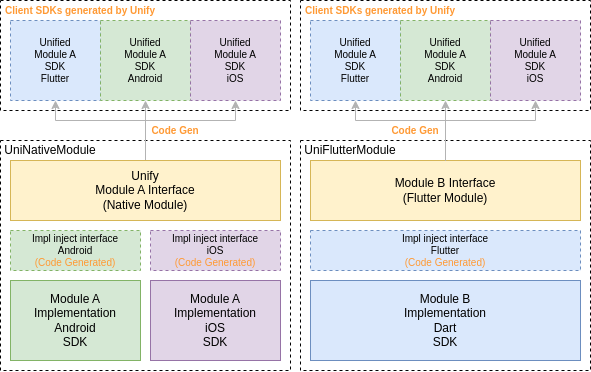
Earlier version of the draw.io export docs/public/unify-arch.png (didi/Unify). Source tidied: cells renumbered, new cells last; positions are measured from the earlier drawing's top-left corner, leaving out a move shared by most shapes.
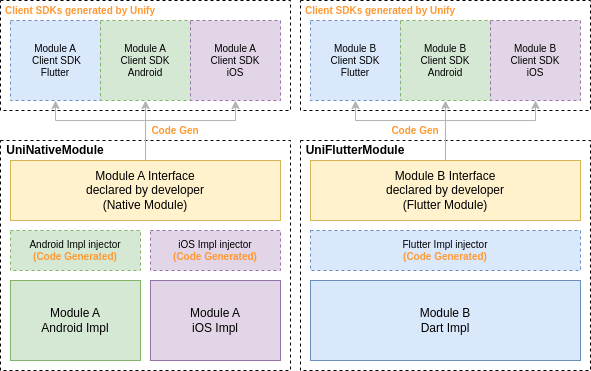
Above is the later version.

Commit message:
Update unify-arch of README

Change to the diagram source:
```diff
@@ -33,35 +33,35 @@
         </Array>
       </mxGeometry>
     </mxCell>
-    <mxCell id="9" value="Unify&lt;br&gt;Module A Interface&lt;br&gt;(Native Module)" style="rounded=0;whiteSpace=wrap;html=1;fillColor=#fff2cc;strokeColor=#d6b656;" parent="1" vertex="1">
+    <mxCell id="9" value="Module A Interface&lt;br&gt;declared by developer&lt;br&gt;(Native Module)" style="rounded=0;whiteSpace=wrap;html=1;fillColor=#fff2cc;strokeColor=#d6b656;" parent="1" vertex="1">
       <mxGeometry x="10" y="160" width="270" height="60" as="geometry" />
     </mxCell>
-    <mxCell id="10" value="Module B Interface&lt;br&gt;(Flutter Module)" style="rounded=0;whiteSpace=wrap;html=1;fillColor=#fff2cc;strokeColor=#d6b656;" parent="1" vertex="1">
+    <mxCell id="10" value="Module B Interface&lt;br&gt;declared by developer&lt;br style=&quot;border-color: var(--border-color);&quot;&gt;(Flutter Module)" style="rounded=0;whiteSpace=wrap;html=1;fillColor=#fff2cc;strokeColor=#d6b656;" parent="1" vertex="1">
       <mxGeometry x="310" y="160" width="270" height="60" as="geometry" />
     </mxCell>
-    <mxCell id="11" value="Module A&lt;br&gt;Implementation&lt;br&gt;Android&lt;br&gt;SDK" style="rounded=0;whiteSpace=wrap;html=1;fillColor=#d5e8d4;strokeColor=#82b366;" parent="1" vertex="1">
+    <mxCell id="11" value="Module A&lt;br&gt;Android Impl" style="rounded=0;whiteSpace=wrap;html=1;fillColor=#d5e8d4;strokeColor=#82b366;" parent="1" vertex="1">
       <mxGeometry x="10" y="280" width="130" height="80" as="geometry" />
     </mxCell>
-    <mxCell id="12" value="Module A&lt;br&gt;Implementation&lt;br&gt;iOS&lt;br&gt;SDK" style="rounded=0;whiteSpace=wrap;html=1;fillColor=#e1d5e7;strokeColor=#9673a6;" parent="1" vertex="1">
+    <mxCell id="12" value="Module A&lt;br&gt;iOS Impl" style="rounded=0;whiteSpace=wrap;html=1;fillColor=#e1d5e7;strokeColor=#9673a6;" parent="1" vertex="1">
       <mxGeometry x="150" y="280" width="130" height="80" as="geometry" />
     </mxCell>
-    <mxCell id="13" value="Impl inject interface&lt;br style=&quot;font-size: 10px;&quot;&gt;Android&lt;br&gt;&lt;font color=&quot;#ff9933&quot;&gt;(Code Generated)&lt;/font&gt;" style="rounded=0;whiteSpace=wrap;html=1;fontSize=10;fillColor=#d5e8d4;strokeColor=#82b366;dashed=1;" parent="1" vertex="1">
+    <mxCell id="13" value="Android Impl injector&lt;br&gt;&lt;font color=&quot;#ff9933&quot;&gt;&lt;b&gt;(Code Generated)&lt;/b&gt;&lt;/font&gt;" style="rounded=0;whiteSpace=wrap;html=1;fontSize=10;fillColor=#d5e8d4;strokeColor=#82b366;dashed=1;" parent="1" vertex="1">
       <mxGeometry x="10" y="230" width="130" height="40" as="geometry" />
     </mxCell>
-    <mxCell id="14" value="Impl inject interface&lt;br style=&quot;font-size: 10px;&quot;&gt;iOS&lt;br&gt;&lt;font color=&quot;#ff9933&quot;&gt;(Code Generated)&lt;/font&gt;" style="rounded=0;whiteSpace=wrap;html=1;fontSize=10;fillColor=#e1d5e7;strokeColor=#9673a6;dashed=1;" parent="1" vertex="1">
+    <mxCell id="14" value="iOS Impl injector&lt;br&gt;&lt;font color=&quot;#ff9933&quot;&gt;&lt;b&gt;(Code Generated)&lt;/b&gt;&lt;/font&gt;" style="rounded=0;whiteSpace=wrap;html=1;fontSize=10;fillColor=#e1d5e7;strokeColor=#9673a6;dashed=1;" parent="1" vertex="1">
       <mxGeometry x="150" y="230" width="130" height="40" as="geometry" />
     </mxCell>
-    <mxCell id="15" value="Unified&lt;br&gt;Module A&lt;br&gt;SDK&lt;br&gt;Flutter" style="rounded=0;whiteSpace=wrap;html=1;fontSize=10;fillColor=#dae8fc;strokeColor=#6c8ebf;dashed=1;" parent="1" vertex="1">
+    <mxCell id="15" value="Module A&lt;br&gt;&amp;nbsp;Client SDK&lt;br&gt;Flutter" style="rounded=0;whiteSpace=wrap;html=1;fontSize=10;fillColor=#dae8fc;strokeColor=#6c8ebf;dashed=1;" parent="1" vertex="1">
       <mxGeometry x="10" y="20" width="90" height="80" as="geometry" />
     </mxCell>
-    <mxCell id="16" value="Unified&lt;br&gt;Module A&lt;br&gt;SDK&lt;br&gt;Android" style="rounded=0;whiteSpace=wrap;html=1;fontSize=10;fillColor=#d5e8d4;strokeColor=#82b366;dashed=1;" parent="1" vertex="1">
+    <mxCell id="16" value="Module A&lt;br&gt;Client SDK&lt;br&gt;Android" style="rounded=0;whiteSpace=wrap;html=1;fontSize=10;fillColor=#d5e8d4;strokeColor=#82b366;dashed=1;" parent="1" vertex="1">
       <mxGeometry x="100" y="20" width="90" height="80" as="geometry" />
     </mxCell>
-    <mxCell id="17" value="Unified&lt;br&gt;Module A&lt;br&gt;SDK&lt;br&gt;iOS" style="rounded=0;whiteSpace=wrap;html=1;fontSize=10;fillColor=#e1d5e7;strokeColor=#9673a6;dashed=1;" parent="1" vertex="1">
+    <mxCell id="17" value="Module A&lt;br&gt;Client SDK&lt;br&gt;iOS" style="rounded=0;whiteSpace=wrap;html=1;fontSize=10;fillColor=#e1d5e7;strokeColor=#9673a6;dashed=1;" parent="1" vertex="1">
       <mxGeometry x="190" y="20" width="90" height="80" as="geometry" />
     </mxCell>
-    <mxCell id="18" value="UniNativeModule" style="text;html=1;strokeColor=none;fillColor=none;align=center;verticalAlign=middle;whiteSpace=wrap;rounded=0;" parent="1" vertex="1">
-      <mxGeometry y="140" width="100" height="20" as="geometry" />
+    <mxCell id="18" value="UniNativeModule" style="text;html=1;strokeColor=none;fillColor=none;align=center;verticalAlign=middle;whiteSpace=wrap;rounded=0;fontStyle=1;" parent="1" vertex="1">
+      <mxGeometry y="140" width="110" height="20" as="geometry" />
     </mxCell>
     <mxCell id="19" value="Client SDKs generated by Unify" style="text;html=1;strokeColor=none;fillColor=none;align=center;verticalAlign=middle;whiteSpace=wrap;rounded=0;fontColor=#FF9933;fontSize=10;fontStyle=1;" parent="1" vertex="1">
       <mxGeometry width="160" height="20" as="geometry" />
@@ -69,25 +69,25 @@
     <mxCell id="20" value="Code Gen" style="text;html=1;strokeColor=none;fillColor=none;align=center;verticalAlign=middle;whiteSpace=wrap;rounded=0;fontColor=#FF9933;fontSize=10;fontStyle=1;" parent="1" vertex="1">
       <mxGeometry x="150" y="120" width="50" height="20" as="geometry" />
     </mxCell>
-    <mxCell id="21" value="UniFlutterModule" style="text;html=1;strokeColor=none;fillColor=none;align=center;verticalAlign=middle;whiteSpace=wrap;rounded=0;" parent="1" vertex="1">
-      <mxGeometry x="300" y="140" width="100" height="20" as="geometry" />
+    <mxCell id="21" value="UniFlutterModule" style="text;html=1;strokeColor=none;fillColor=none;align=center;verticalAlign=middle;whiteSpace=wrap;rounded=0;fontStyle=1;" parent="1" vertex="1">
+      <mxGeometry x="300" y="140" width="110" height="20" as="geometry" />
     </mxCell>
-    <mxCell id="22" value="Impl inject interface&lt;br style=&quot;font-size: 10px;&quot;&gt;Flutter&lt;br&gt;&lt;font color=&quot;#ff9933&quot;&gt;(Code Generated)&lt;/font&gt;" style="rounded=0;whiteSpace=wrap;html=1;fontSize=10;fillColor=#dae8fc;strokeColor=#6c8ebf;dashed=1;" parent="1" vertex="1">
+    <mxCell id="22" value="Flutter Impl injector&lt;br&gt;&lt;font color=&quot;#ff9933&quot;&gt;&lt;b&gt;(Code Generated)&lt;/b&gt;&lt;/font&gt;" style="rounded=0;whiteSpace=wrap;html=1;fontSize=10;fillColor=#dae8fc;strokeColor=#6c8ebf;dashed=1;" parent="1" vertex="1">
       <mxGeometry x="310" y="230" width="270" height="40" as="geometry" />
     </mxCell>
-    <mxCell id="23" value="Module B&lt;br&gt;Implementation&lt;br&gt;Dart&lt;br&gt;SDK" style="rounded=0;whiteSpace=wrap;html=1;fillColor=#dae8fc;strokeColor=#6c8ebf;" parent="1" vertex="1">
+    <mxCell id="23" value="Module B&lt;br&gt;Dart Impl" style="rounded=0;whiteSpace=wrap;html=1;fillColor=#dae8fc;strokeColor=#6c8ebf;" parent="1" vertex="1">
       <mxGeometry x="310" y="280" width="270" height="80" as="geometry" />
     </mxCell>
     <mxCell id="24" style="rounded=0;whiteSpace=wrap;html=1;dashed=1;" parent="1" vertex="1">
       <mxGeometry x="300" width="290" height="110" as="geometry" />
     </mxCell>
-    <mxCell id="25" value="Unified&lt;br&gt;Module A&lt;br&gt;SDK&lt;br&gt;Flutter" style="rounded=0;whiteSpace=wrap;html=1;fontSize=10;fillColor=#dae8fc;strokeColor=#6c8ebf;dashed=1;" parent="1" vertex="1">
+    <mxCell id="25" value="Module B&lt;br&gt;Client SDK&lt;br&gt;Flutter" style="rounded=0;whiteSpace=wrap;html=1;fontSize=10;fillColor=#dae8fc;strokeColor=#6c8ebf;dashed=1;" parent="1" vertex="1">
       <mxGeometry x="310" y="20" width="90" height="80" as="geometry" />
     </mxCell>
-    <mxCell id="26" value="Unified&lt;br&gt;Module A&lt;br&gt;SDK&lt;br&gt;Android" style="rounded=0;whiteSpace=wrap;html=1;fontSize=10;fillColor=#d5e8d4;strokeColor=#82b366;dashed=1;" parent="1" vertex="1">
+    <mxCell id="26" value="Module B&lt;br&gt;Client SDK&lt;br&gt;Android" style="rounded=0;whiteSpace=wrap;html=1;fontSize=10;fillColor=#d5e8d4;strokeColor=#82b366;dashed=1;" parent="1" vertex="1">
       <mxGeometry x="400" y="20" width="90" height="80" as="geometry" />
     </mxCell>
-    <mxCell id="27" value="Unified&lt;br&gt;Module A&lt;br&gt;SDK&lt;br&gt;iOS" style="rounded=0;whiteSpace=wrap;html=1;fontSize=10;fillColor=#e1d5e7;strokeColor=#9673a6;dashed=1;" parent="1" vertex="1">
+    <mxCell id="27" value="Module B&lt;br&gt;Client SDK&lt;br&gt;iOS" style="rounded=0;whiteSpace=wrap;html=1;fontSize=10;fillColor=#e1d5e7;strokeColor=#9673a6;dashed=1;" parent="1" vertex="1">
       <mxGeometry x="490" y="20" width="90" height="80" as="geometry" />
     </mxCell>
     <mxCell id="28" value="Client SDKs generated by Unify" style="text;html=1;strokeColor=none;fillColor=none;align=center;verticalAlign=middle;whiteSpace=wrap;rounded=0;fontColor=#FF9933;fontSize=10;fontStyle=1;" parent="1" vertex="1">
```
